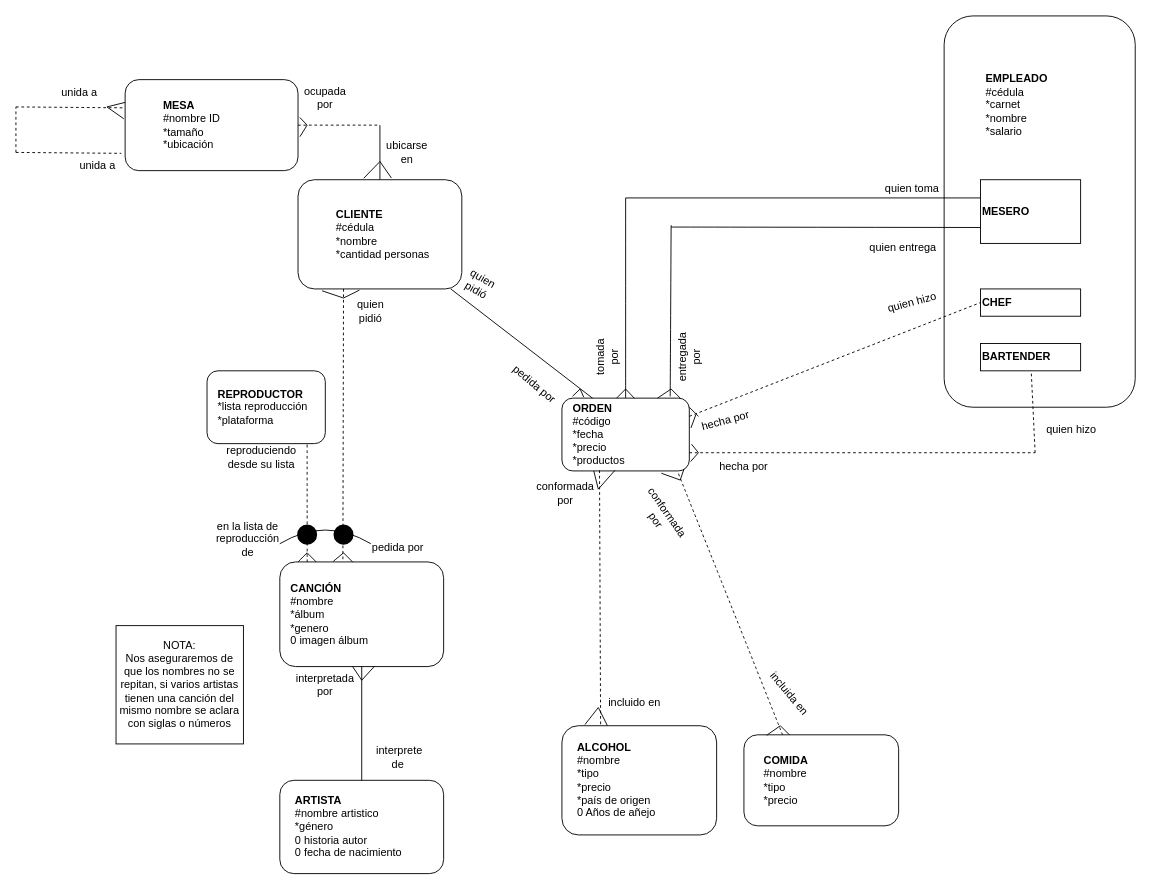
The draw.io diagram Trabajo1/ModeloER.drawio in M1moreno/EntregasBD, before the edit. Source tidied: cells renumbered, new cells numbered last; positions are measured from the earlier drawing's top-left corner, leaving out a move shared by most shapes. Both pictures are drawn from the tidied source at 91%, with x=0, y=0 at pixel (15, 15). Pictures stored in the file or linked from it are replaced by grey dashed boxes.
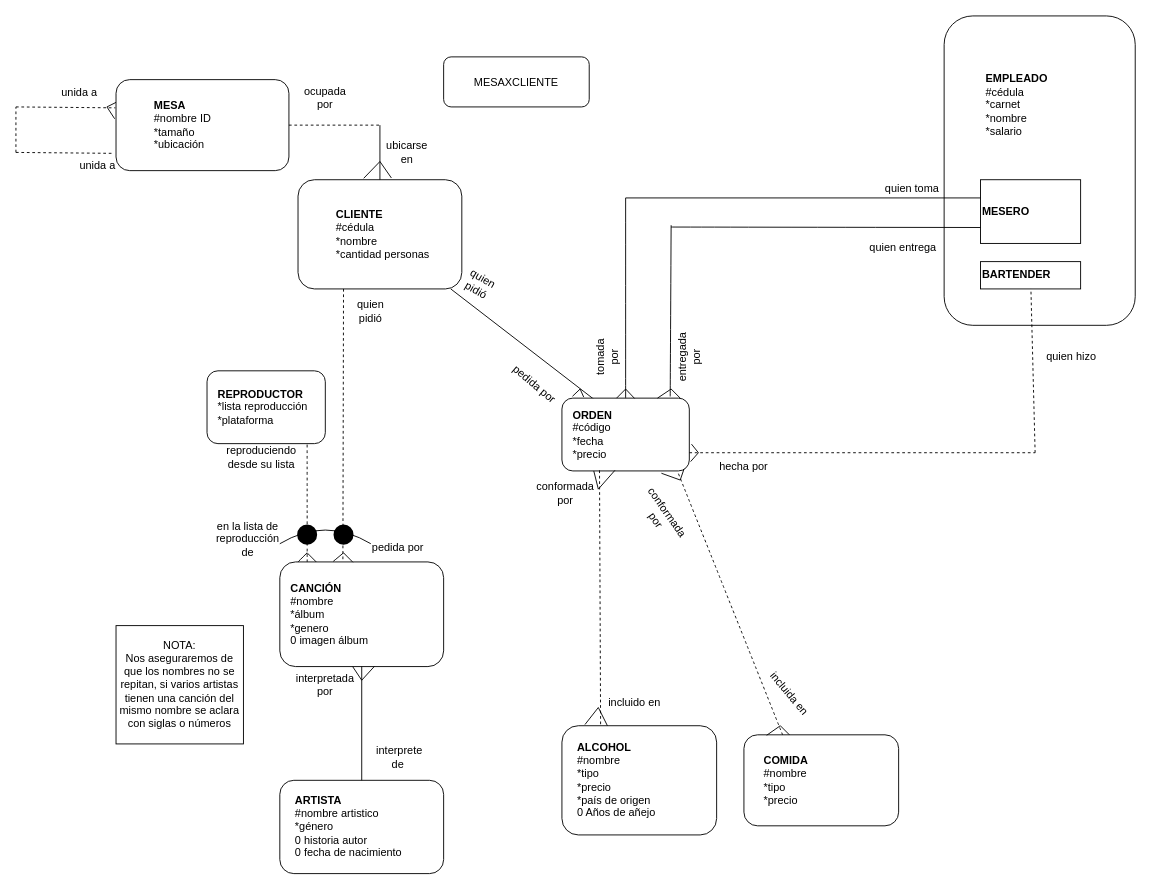
The same diagram, later.

Unchanged cells that the change refers to:
```xml
<mxCell id="4" value="&lt;blockquote style=&quot;margin: 0 0 0 40px ; border: none ; padding: 0px&quot;&gt;&lt;b&gt;CLIENTE&lt;br&gt;&lt;/b&gt;#cédula&lt;br&gt;*nombre&lt;br&gt;*cantidad personas&lt;/blockquote&gt;" style="rounded=1;whiteSpace=wrap;html=1;align=left;" parent="1" vertex="1">
  <mxGeometry x="310" y="180" width="180" height="120" as="geometry" />
</mxCell>
<mxCell id="5" style="group;" parent="1" vertex="1">
  <mxGeometry x="1020" width="210" height="430" as="geometry" />
</mxCell>
<mxCell id="14" style="group;" parent="1" vertex="1">
  <mxGeometry x="600" y="420" width="140" height="80" as="geometry" />
</mxCell>
<mxCell id="15" style="rounded=1;whiteSpace=wrap;html=1;" parent="14" vertex="1">
  <mxGeometry width="140" height="80" as="geometry" />
</mxCell>
<mxCell id="51" value="quien pidió" style="text;html=1;strokeColor=none;fillColor=none;align=center;verticalAlign=middle;whiteSpace=wrap;rounded=0;" parent="1" vertex="1">
  <mxGeometry x="360" y="310" width="60" height="30" as="geometry" />
</mxCell>
```

Change to the diagram source:
```diff
@@
     <mxCell id="3" value="&lt;blockquote style=&quot;margin: 0 0 0 40px ; border: none ; padding: 0px&quot;&gt;&lt;b&gt;MESA&lt;/b&gt;&lt;/blockquote&gt;&lt;blockquote style=&quot;margin: 0px 0px 0px 40px ; border: none ; padding: 0px&quot;&gt;#nombre ID&lt;/blockquote&gt;&lt;blockquote style=&quot;margin: 0px 0px 0px 40px ; border: none ; padding: 0px&quot;&gt;*tamaño&lt;/blockquote&gt;&lt;blockquote style=&quot;margin: 0px 0px 0px 40px ; border: none ; padding: 0px&quot;&gt;*ubicación&lt;/blockquote&gt;" style="rounded=1;whiteSpace=wrap;html=1;align=left;" parent="1" vertex="1">
-      <mxGeometry x="120" y="70" width="190" height="100" as="geometry" />
+      <mxGeometry x="110" y="70" width="190" height="100" as="geometry" />
     </mxCell>
@@
     <mxCell id="6" style="rounded=1;whiteSpace=wrap;html=1;" parent="5" vertex="1">
-      <mxGeometry width="210" height="430" as="geometry" />
+      <mxGeometry width="210" height="340" as="geometry" />
     </mxCell>
@@
-    <mxCell id="9" value="&lt;b&gt;CHEF&lt;/b&gt;" style="rounded=0;whiteSpace=wrap;html=1;align=left;" parent="5" vertex="1">
-      <mxGeometry x="40" y="300" width="110" height="30" as="geometry" />
-    </mxCell>
     <mxCell id="10" value="&lt;b&gt;BARTENDER&lt;/b&gt;" style="rounded=0;whiteSpace=wrap;html=1;align=left;" parent="5" vertex="1">
-      <mxGeometry x="40" y="360" width="110" height="30" as="geometry" />
+      <mxGeometry x="40" y="270" width="110" height="30" as="geometry" />
     </mxCell>
+    <mxCell id="85" value="quien hizo" style="text;html=1;strokeColor=none;fillColor=none;align=center;verticalAlign=middle;whiteSpace=wrap;rounded=0;rotation=0;" parent="5" vertex="1">
+      <mxGeometry x="110" y="360" width="60" height="30" as="geometry" />
+    </mxCell>
@@
-    <mxCell id="16" value="&lt;div&gt;&lt;b&gt;ORDEN&lt;/b&gt;&lt;/div&gt;&lt;div&gt;#código&lt;/div&gt;&lt;div&gt;*fecha&lt;/div&gt;&lt;div&gt;*precio&lt;/div&gt;&lt;div&gt;*productos&lt;/div&gt;" style="text;html=1;strokeColor=none;fillColor=none;align=left;verticalAlign=middle;whiteSpace=wrap;rounded=0;" parent="14" vertex="1">
+    <mxCell id="16" value="&lt;div&gt;&lt;b&gt;ORDEN&lt;/b&gt;&lt;/div&gt;&lt;div&gt;#código&lt;/div&gt;&lt;div&gt;*fecha&lt;/div&gt;&lt;div&gt;*precio&lt;/div&gt;" style="text;html=1;strokeColor=none;fillColor=none;align=left;verticalAlign=middle;whiteSpace=wrap;rounded=0;" parent="14" vertex="1">
       <mxGeometry x="10" y="5" width="120" height="70" as="geometry" />
     </mxCell>
@@
-    <mxCell id="70" value="quien hizo" style="text;html=1;strokeColor=none;fillColor=none;align=center;verticalAlign=middle;whiteSpace=wrap;rounded=0;rotation=-15;" parent="1" vertex="1">
-      <mxGeometry x="955" y="300" width="60" height="30" as="geometry" />
-    </mxCell>
@@
-    <mxCell id="73" value="hecha por" style="text;html=1;strokeColor=none;fillColor=none;align=center;verticalAlign=middle;whiteSpace=wrap;rounded=0;rotation=-15;" parent="1" vertex="1">
-      <mxGeometry x="750" y="430" width="60" height="30" as="geometry" />
-    </mxCell>
@@
-    <mxCell id="81" style="endArrow=none;dashed=1;html=1;rounded=0;exitX=1;exitY=0.25;exitDx=0;exitDy=0;entryX=0;entryY=0.5;entryDx=0;entryDy=0;" parent="1" edge="1" source="15" target="9">
-      <mxGeometry relative="1" as="geometry" />
-    </mxCell>
@@
-    <mxCell id="85" value="quien hizo" style="text;html=1;strokeColor=none;fillColor=none;align=center;verticalAlign=middle;whiteSpace=wrap;rounded=0;rotation=0;" parent="1" vertex="1">
-      <mxGeometry x="1130" y="440" width="60" height="30" as="geometry" />
-    </mxCell>
@@
-    <mxCell id="96" style="endArrow=none;html=1;rounded=0;exitX=1.013;exitY=0.409;exitDx=0;exitDy=0;exitPerimeter=0;entryX=0;entryY=0;entryDx=0;entryDy=0;" parent="1" edge="1" source="15" target="73">
-      <mxGeometry relative="1" as="geometry" />
-    </mxCell>
-    <mxCell id="97" style="endArrow=none;html=1;rounded=0;" parent="1" edge="1">
-      <mxGeometry relative="1" as="geometry">
-        <mxPoint x="750" y="440" as="sourcePoint" />
-        <mxPoint x="740" y="430" as="targetPoint" />
-      </mxGeometry>
-    </mxCell>
@@
-    <mxCell id="102" style="endArrow=none;html=1;rounded=0;exitX=1.011;exitY=0.627;exitDx=0;exitDy=0;exitPerimeter=0;" parent="1" edge="1" source="3">
-      <mxGeometry relative="1" as="geometry">
-        <mxPoint x="320" y="120" as="targetPoint" />
-      </mxGeometry>
-    </mxCell>
-    <mxCell id="103" style="endArrow=none;html=1;rounded=0;exitX=1.011;exitY=0.417;exitDx=0;exitDy=0;exitPerimeter=0;" parent="1" edge="1" source="3">
-      <mxGeometry relative="1" as="geometry">
-        <mxPoint x="320" y="120" as="targetPoint" />
-      </mxGeometry>
-    </mxCell>
@@
-    <mxCell id="105" style="endArrow=none;html=1;rounded=0;fontSize=11;entryX=0.375;entryY=1.011;entryDx=0;entryDy=0;entryPerimeter=0;exitX=0;exitY=0;exitDx=0;exitDy=0;" parent="1" edge="1" source="51" target="4">
-      <mxGeometry relative="1" as="geometry" />
-    </mxCell>
-    <mxCell id="106" style="endArrow=none;html=1;rounded=0;fontSize=11;exitX=0.147;exitY=1.017;exitDx=0;exitDy=0;exitPerimeter=0;entryX=0;entryY=0;entryDx=0;entryDy=0;" parent="1" edge="1" source="4" target="51">
-      <mxGeometry relative="1" as="geometry" />
-    </mxCell>
+    <mxCell id="107" value="MESAXCLIENTE" style="rounded=1;whiteSpace=wrap;html=1;" parent="1" vertex="1">
+      <mxGeometry x="470" y="45" width="160" height="55" as="geometry" />
+    </mxCell>
```
